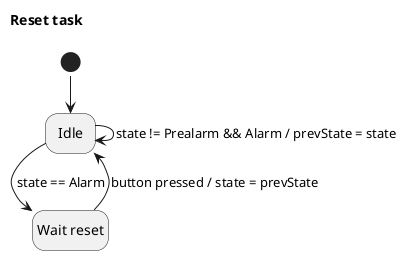
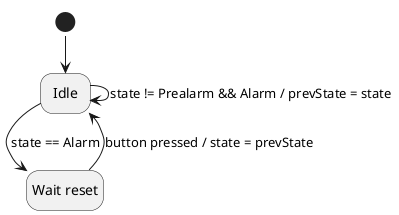
@startuml ResetTask
!pragma layout smetana
hide empty description
- 
- title "Reset task"

state start <<start>>

state "Idle" as idle

state "Wait reset" as waitReset

start -d-> idle

idle -r-> idle : state != Prealarm && Alarm / prevState = state
idle -d-> waitReset : state == Alarm

waitReset -u-> idle : button pressed / state = prevState

@enduml
